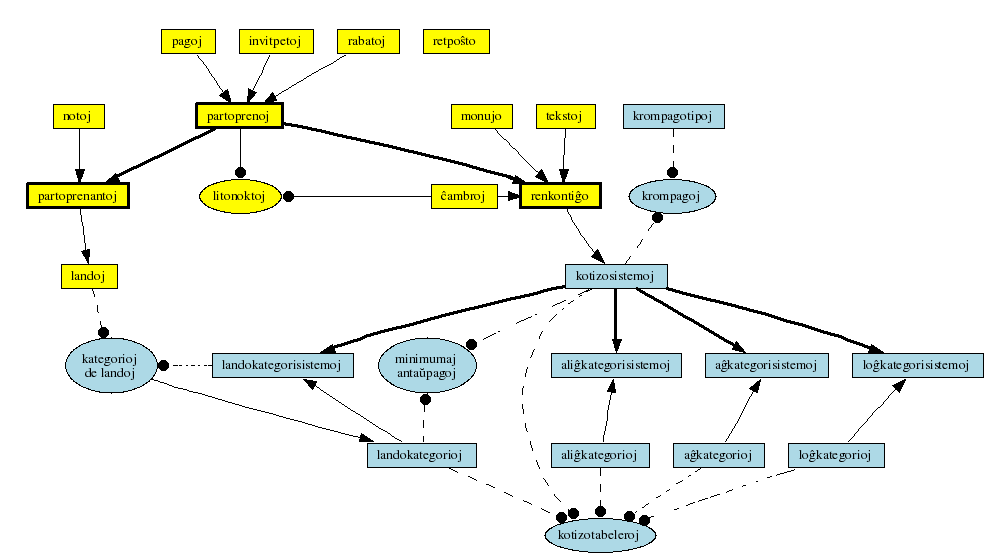
The Graphviz diagram doku/strukturo-kotizosistemo.png in ePaul/aligilo, before a commit. Its source is kept beside it as doku/strukturo-kotizosistemo.dot.
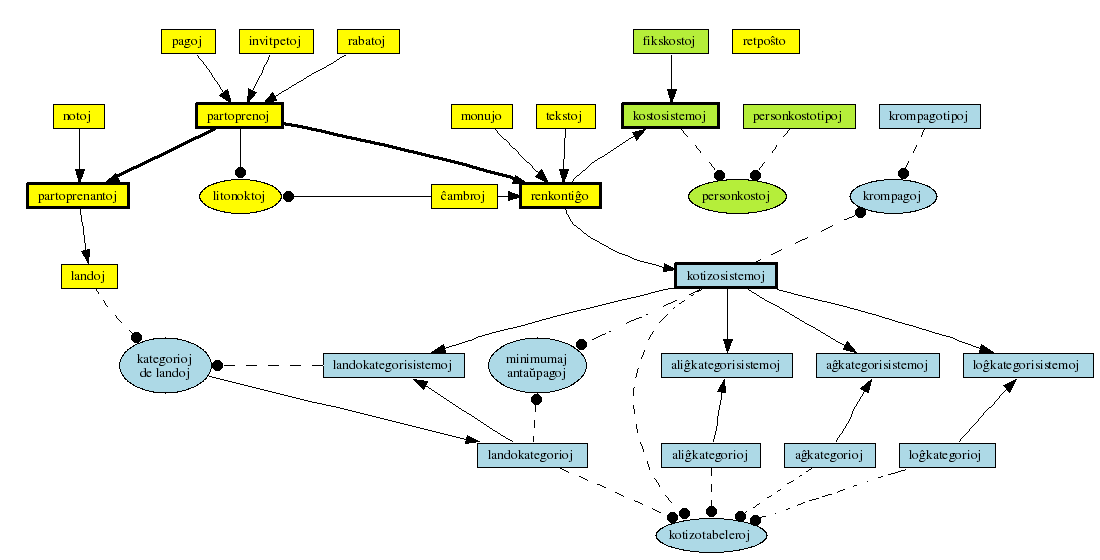
The same diagram one commit later.

Diff of the diagram source:
```diff
@@ -18,6 +18,7 @@
 
 
 subgraph Kotizosistemo {
+
         node [fillcolor=lightblue];
 
         kategorioj_de_landoj [shape=ellipse,label="kategorioj\nde landoj"];
@@ -25,13 +26,30 @@
         minimumaj_antaŭpagoj[shape=ellipse, label="minimumaj\nantaŭpagoj"];
 
 
+        subgraph kostosistemo {
+
+                node [fillcolor=olivedrab2];
+
+
+                kostosistemoj [style="bold, filled"];
+                personkostoj [shape=ellipse];
+                personkostotipoj;
+                fikskostoj;
+
+                fikskostoj -> kostosistemoj;
+
+
+        }
+
+
+
 
         kategorioj_de_landoj-> landokategorioj;
 
-        kotizosistemoj -> aliĝkategorisistemoj [ weight=2, style=bold];
-        kotizosistemoj -> aĝkategorisistemoj [ weight=2, style=bold];
-        kotizosistemoj -> loĝkategorisistemoj [ weight=2, style=bold];
-        kotizosistemoj -> landokategorisistemoj[weight=2, style=bold];
+        kotizosistemoj -> aliĝkategorisistemoj [ weight=2];
+        kotizosistemoj -> aĝkategorisistemoj   [ weight=2];
+        kotizosistemoj -> loĝkategorisistemoj  [ weight=2];
+        kotizosistemoj -> landokategorisistemoj[ weight=2];
 
 
         edge[dir=back]
@@ -47,6 +65,9 @@
         edge [weight=2, style="dashed", dir=forward, arrowhead=dot];
 
         kotizosistemoj -> minimumaj_antaŭpagoj;
+        kostosistemoj -> personkostoj;
+
+        personkostotipoj->personkostoj;
 
 
         kotizosistemoj -> kotizotabeleroj;
@@ -60,18 +81,25 @@
 
         krompagoj[shape=ellipse];
 
+/* { rank="same"; krompagoj; krompagotipoj; kotizosistemoj;  } */
+
+
         krompagotipoj -> krompagoj;
 
-/* du inversaj sagoj:*/
+        /* inversaj sagoj:*/
         edge [arrowtail=dot, arrowhead=none];
+
         krompagoj -> kotizosistemoj;
         minimumaj_antaŭpagoj -> landokategorioj ;
 
 
+        kotizosistemoj [style="bold, filled"];  // */
+
+
+}
 
 
 
-}
 
 /*
 subgraph cluster_entajpantoj {
@@ -172,6 +200,7 @@
 landoj ->kategorioj_de_landoj [style="dashed", arrowtail=none, arrowhead=dot];
 
 renkontiĝo -> kotizosistemoj;
+kostosistemoj -> renkontiĝo  [dir=back] /*  */;
 
 
 /*
```
